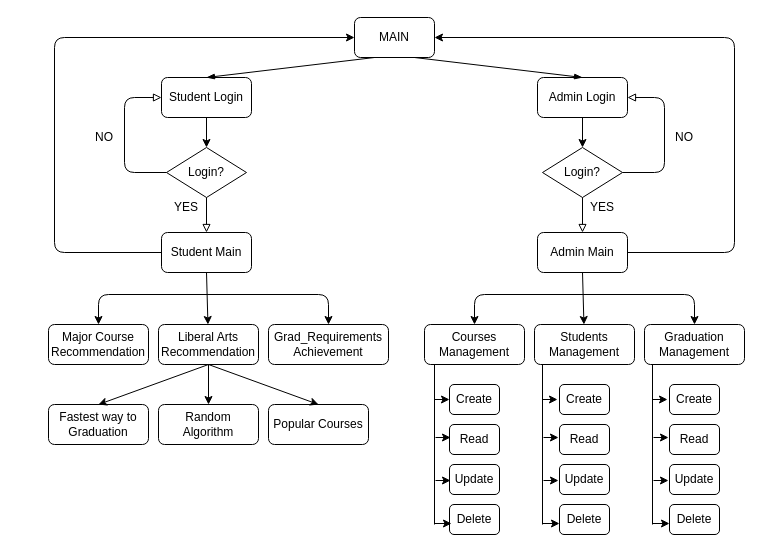
Earlier version of the draw.io diagram Untitled Diagram.drawio (kdstheace/Project_BOOMBOX). Source tidied: cells renumbered, new cells numbered last; positions are measured from the earlier drawing's top-left corner, leaving out a move shared by most shapes. Both pictures are drawn from the tidied source at 100%, with x=0, y=0 at pixel (48, 17).
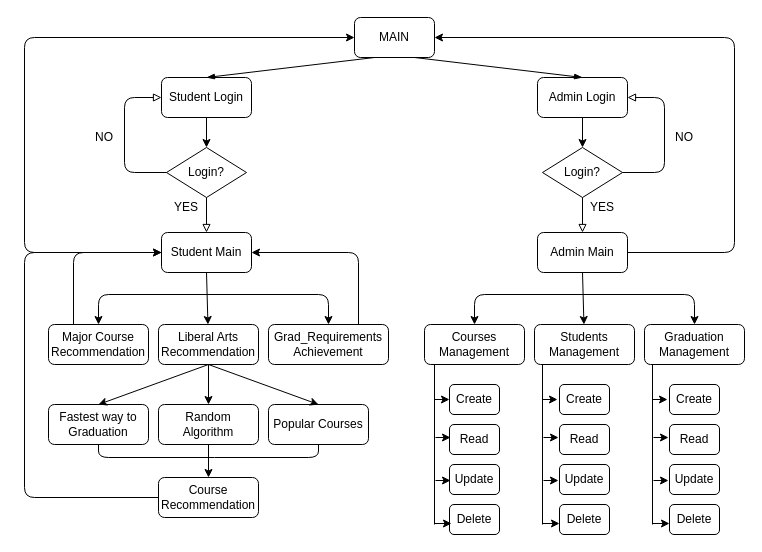
After the change.

Unchanged cells that the change refers to:
```xml
<mxCell id="2" value="MAIN" style="rounded=1;whiteSpace=wrap;html=1;" parent="1" vertex="1">
  <mxGeometry x="306" width="80" height="40" as="geometry" />
</mxCell>
<mxCell id="9" value="Student Main" style="rounded=1;whiteSpace=wrap;html=1;" parent="1" vertex="1">
  <mxGeometry x="113" y="215" width="90" height="40" as="geometry" />
</mxCell>
<mxCell id="12" value="Grad_Requirements&lt;br&gt;Achievement" style="rounded=1;whiteSpace=wrap;html=1;" parent="1" vertex="1">
  <mxGeometry x="220" y="307" width="120" height="40" as="geometry" />
</mxCell>
<mxCell id="13" value="Major Course&lt;br&gt;Recommendation" style="rounded=1;whiteSpace=wrap;html=1;" parent="1" vertex="1">
  <mxGeometry y="307" width="100" height="40" as="geometry" />
</mxCell>
<mxCell id="16" value="Fastest way to Graduation" style="rounded=1;whiteSpace=wrap;html=1;" parent="1" vertex="1">
  <mxGeometry y="387" width="100" height="40" as="geometry" />
</mxCell>
<mxCell id="17" value="Random Algorithm" style="rounded=1;whiteSpace=wrap;html=1;" parent="1" vertex="1">
  <mxGeometry x="110" y="387" width="100" height="40" as="geometry" />
</mxCell>
<mxCell id="18" value="Popular Courses" style="rounded=1;whiteSpace=wrap;html=1;" parent="1" vertex="1">
  <mxGeometry x="220" y="387" width="100" height="40" as="geometry" />
</mxCell>
```

The edit, as a diff of the source:
```diff
@@
     <mxCell id="15" style="endArrow=classic;html=1;strokeColor=#000000;exitX=0;exitY=0.5;exitDx=0;exitDy=0;entryX=0;entryY=0.5;entryDx=0;entryDy=0;" parent="1" edge="1" source="9" target="2">
       <mxGeometry relative="1" as="geometry">
         <Array as="points">
-          <mxPoint x="6" y="235" />
-          <mxPoint x="6" y="20" />
+          <mxPoint x="-24" y="235" />
+          <mxPoint x="-24" y="20" />
         </Array>
       </mxGeometry>
     </mxCell>
@@
+    <mxCell id="68" value="Course Recommendation" style="rounded=1;whiteSpace=wrap;html=1;" parent="1" vertex="1">
+      <mxGeometry x="110" y="460" width="100" height="40" as="geometry" />
+    </mxCell>
+    <mxCell id="69" style="endArrow=classic;html=1;strokeColor=#000000;exitX=0.75;exitY=0;exitDx=0;exitDy=0;entryX=1;entryY=0.5;entryDx=0;entryDy=0;" parent="1" edge="1" source="12" target="9">
+      <mxGeometry relative="1" as="geometry">
+        <Array as="points">
+          <mxPoint x="310" y="235" />
+        </Array>
+      </mxGeometry>
+    </mxCell>
+    <mxCell id="70" style="endArrow=classic;html=1;strokeColor=#000000;exitX=0.5;exitY=1;exitDx=0;exitDy=0;" parent="1" edge="1" source="17" target="68">
+      <mxGeometry relative="1" as="geometry" />
+    </mxCell>
+    <mxCell id="71" style="endArrow=none;html=1;strokeColor=#000000;exitX=0.5;exitY=1;exitDx=0;exitDy=0;" parent="1" edge="1" source="16">
+      <mxGeometry relative="1" as="geometry">
+        <mxPoint x="166" y="440" as="targetPoint" />
+        <Array as="points">
+          <mxPoint x="50" y="440" />
+        </Array>
+      </mxGeometry>
+    </mxCell>
+    <mxCell id="72" style="endArrow=none;html=1;strokeColor=#000000;exitX=0.5;exitY=1;exitDx=0;exitDy=0;" parent="1" edge="1" source="18">
+      <mxGeometry relative="1" as="geometry">
+        <mxPoint x="166" y="440" as="targetPoint" />
+        <Array as="points">
+          <mxPoint x="270" y="440" />
+        </Array>
+      </mxGeometry>
+    </mxCell>
+    <mxCell id="73" style="endArrow=classic;html=1;strokeColor=#000000;exitX=0.25;exitY=0;exitDx=0;exitDy=0;entryX=0;entryY=0.5;entryDx=0;entryDy=0;" parent="1" edge="1" source="13" target="9">
+      <mxGeometry relative="1" as="geometry">
+        <Array as="points">
+          <mxPoint x="25" y="235" />
+        </Array>
+      </mxGeometry>
+    </mxCell>
+    <mxCell id="74" style="endArrow=classic;html=1;strokeColor=#000000;exitX=0;exitY=0.5;exitDx=0;exitDy=0;entryX=0;entryY=0.5;entryDx=0;entryDy=0;" parent="1" edge="1" source="68" target="9">
+      <mxGeometry relative="1" as="geometry">
+        <Array as="points">
+          <mxPoint x="-24" y="480" />
+          <mxPoint x="-24" y="235" />
+        </Array>
+      </mxGeometry>
+    </mxCell>
```
